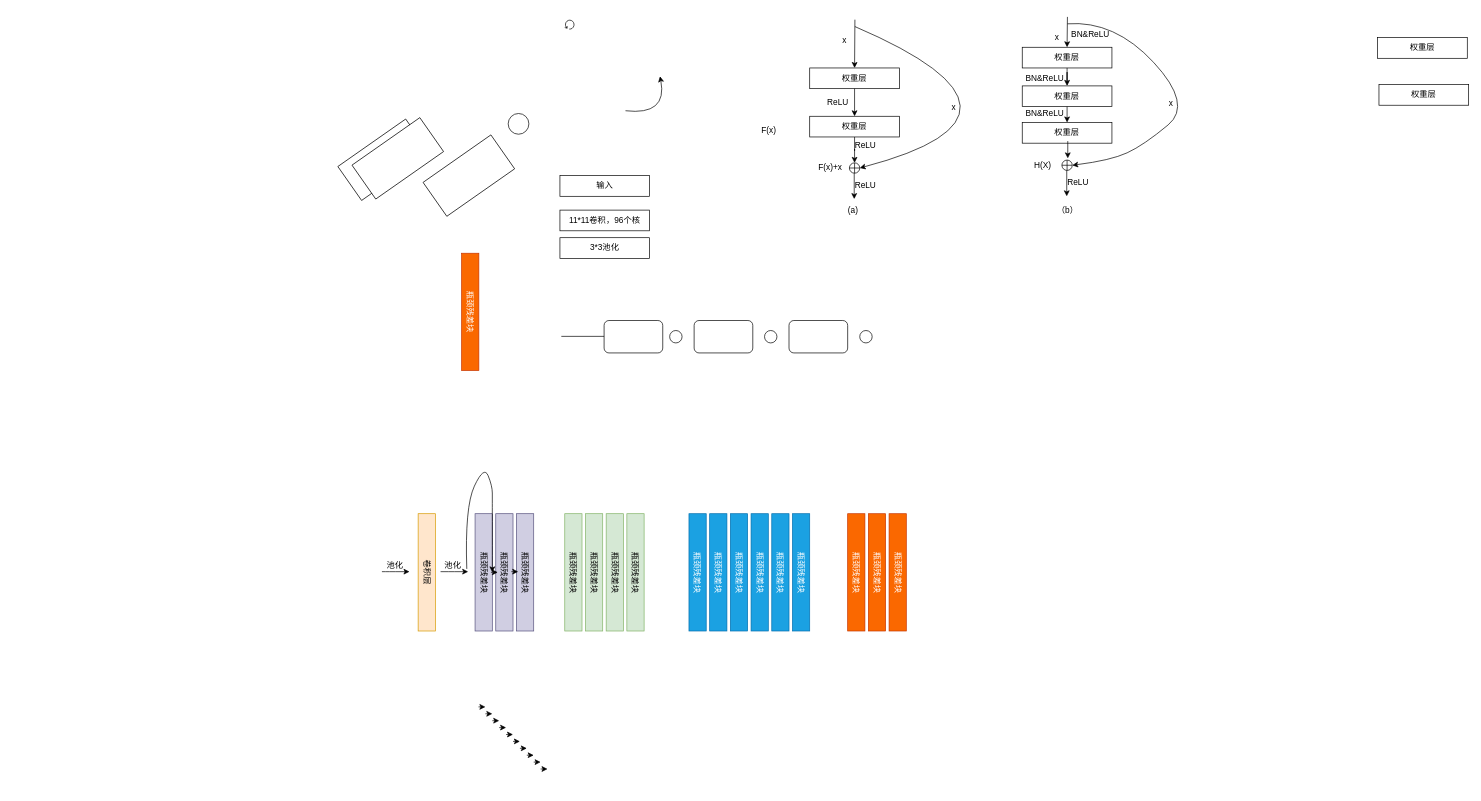
The draw.io diagram img/ResNet50结构图.drawio in xjhjinhui/Hydraplus_Net, before the edit. Source tidied: cells renumbered, new cells numbered last; positions are measured from the earlier drawing's top-left corner, leaving out a move shared by most shapes. Both pictures are drawn from the tidied source at 69%, with x=0, y=0 at pixel (342, 17).
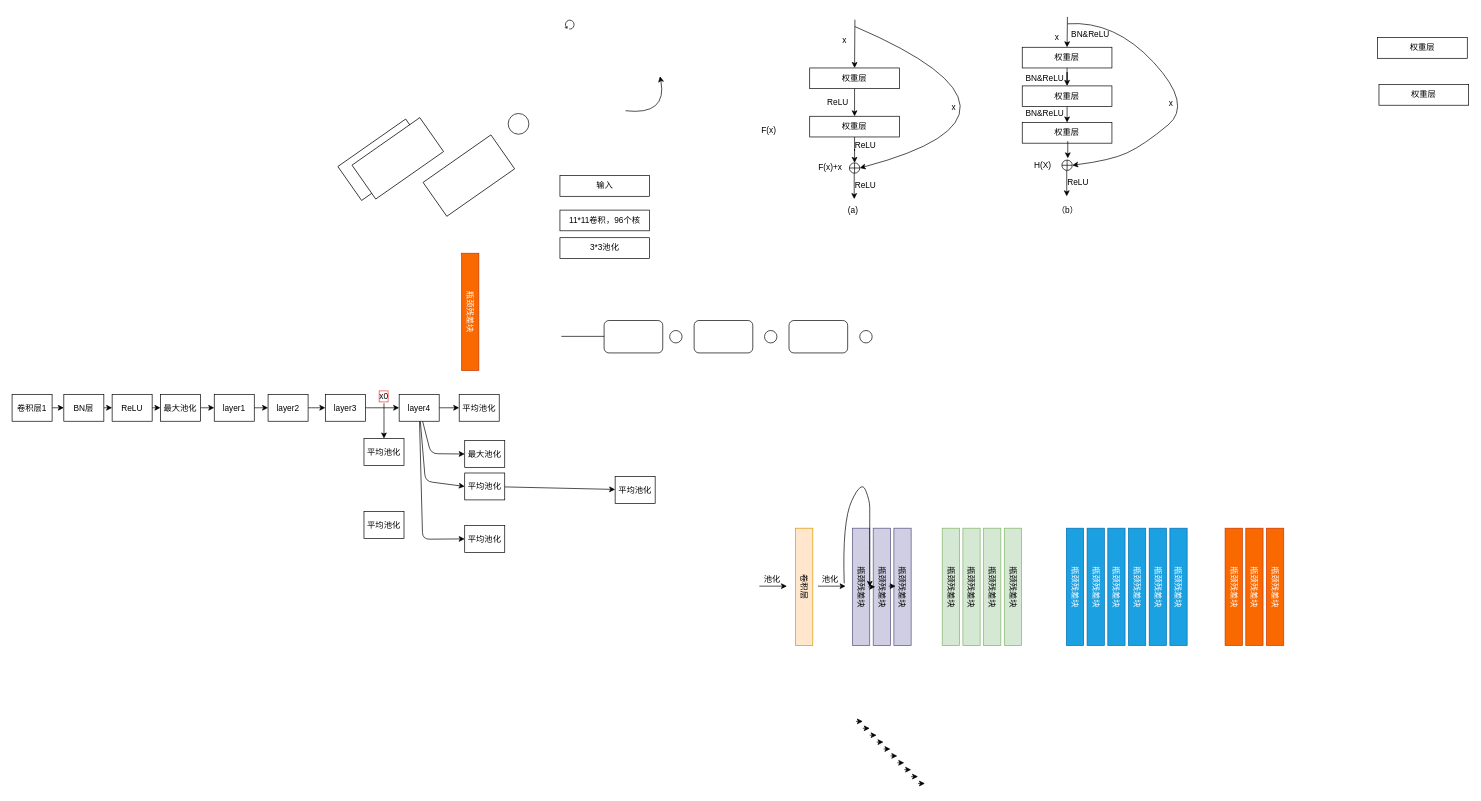
After the change.

Commit message:
更新ResNet50结构图.drawio

What changed in the source:
```diff
@@
     <mxCell id="19" value="&lt;p style=&quot;line-height: 90%&quot;&gt;卷积层&lt;br&gt;&lt;/p&gt;" style="rounded=0;whiteSpace=wrap;html=1;rotation=90;fillColor=#ffe6cc;strokeColor=#d79b00;" parent="1" vertex="1">
-      <mxGeometry x="38" y="792.5" width="170" height="25" as="geometry" />
+      <mxGeometry x="585" y="813.5" width="170" height="25" as="geometry" />
     </mxCell>
     <mxCell id="20" value="&lt;p style=&quot;line-height: 90%&quot;&gt;瓶颈残差块&lt;/p&gt;" style="rounded=0;whiteSpace=wrap;html=1;rotation=90;fillColor=#d0cee2;strokeColor=#56517e;" parent="1" vertex="1">
-      <mxGeometry x="120.5" y="792.5" width="170" height="25" as="geometry" />
+      <mxGeometry x="667.5" y="813.5" width="170" height="25" as="geometry" />
     </mxCell>
     <mxCell id="21" value="&lt;p style=&quot;line-height: 90%&quot;&gt;瓶颈残差块&lt;/p&gt;" style="rounded=0;whiteSpace=wrap;html=1;rotation=90;fillColor=#d0cee2;strokeColor=#56517e;" parent="1" vertex="1">
-      <mxGeometry x="150.5" y="792.5" width="170" height="25" as="geometry" />
+      <mxGeometry x="697.5" y="813.5" width="170" height="25" as="geometry" />
     </mxCell>
     <mxCell id="22" value="&lt;p style=&quot;line-height: 90%&quot;&gt;瓶颈残差块&lt;/p&gt;" style="rounded=0;whiteSpace=wrap;html=1;rotation=90;fillColor=#d0cee2;strokeColor=#56517e;" parent="1" vertex="1">
-      <mxGeometry x="180.5" y="792.5" width="170" height="25" as="geometry" />
+      <mxGeometry x="727.5" y="813.5" width="170" height="25" as="geometry" />
     </mxCell>
     <mxCell id="23" value="&lt;p style=&quot;line-height: 90%&quot;&gt;瓶颈残差块&lt;/p&gt;" style="rounded=0;whiteSpace=wrap;html=1;rotation=90;fillColor=#d5e8d4;strokeColor=#82b366;" parent="1" vertex="1">
-      <mxGeometry x="250.5" y="792.5" width="170" height="25" as="geometry" />
+      <mxGeometry x="797.5" y="813.5" width="170" height="25" as="geometry" />
     </mxCell>
     <mxCell id="24" value="&lt;p style=&quot;line-height: 90%&quot;&gt;瓶颈残差块&lt;/p&gt;" style="rounded=0;whiteSpace=wrap;html=1;rotation=90;fillColor=#d5e8d4;strokeColor=#82b366;" parent="1" vertex="1">
-      <mxGeometry x="280.5" y="792.5" width="170" height="25" as="geometry" />
+      <mxGeometry x="827.5" y="813.5" width="170" height="25" as="geometry" />
     </mxCell>
     <mxCell id="25" value="&lt;p style=&quot;line-height: 90%&quot;&gt;瓶颈残差块&lt;/p&gt;" style="rounded=0;whiteSpace=wrap;html=1;rotation=90;fillColor=#d5e8d4;strokeColor=#82b366;" parent="1" vertex="1">
-      <mxGeometry x="310.5" y="792.5" width="170" height="25" as="geometry" />
+      <mxGeometry x="857.5" y="813.5" width="170" height="25" as="geometry" />
     </mxCell>
     <mxCell id="26" value="&lt;p style=&quot;line-height: 90%&quot;&gt;瓶颈残差块&lt;/p&gt;" style="rounded=0;whiteSpace=wrap;html=1;rotation=90;fillColor=#1ba1e2;strokeColor=#006EAF;fontColor=#ffffff;" parent="1" vertex="1">
-      <mxGeometry x="430.5" y="792.5" width="170" height="25" as="geometry" />
+      <mxGeometry x="977.5" y="813.5" width="170" height="25" as="geometry" />
     </mxCell>
     <mxCell id="27" value="&lt;p style=&quot;line-height: 90%&quot;&gt;瓶颈残差块&lt;/p&gt;" style="rounded=0;whiteSpace=wrap;html=1;rotation=90;fillColor=#1ba1e2;strokeColor=#006EAF;fontColor=#ffffff;" parent="1" vertex="1">
-      <mxGeometry x="460.5" y="792.5" width="170" height="25" as="geometry" />
+      <mxGeometry x="1007.5" y="813.5" width="170" height="25" as="geometry" />
     </mxCell>
     <mxCell id="28" value="&lt;p style=&quot;line-height: 90%&quot;&gt;瓶颈残差块&lt;/p&gt;" style="rounded=0;whiteSpace=wrap;html=1;rotation=90;fillColor=#1ba1e2;strokeColor=#006EAF;fontColor=#ffffff;" parent="1" vertex="1">
-      <mxGeometry x="490.5" y="792.5" width="170" height="25" as="geometry" />
+      <mxGeometry x="1037.5" y="813.5" width="170" height="25" as="geometry" />
     </mxCell>
     <mxCell id="29" value="&lt;p style=&quot;line-height: 90%&quot;&gt;瓶颈残差块&lt;/p&gt;" style="rounded=0;whiteSpace=wrap;html=1;rotation=90;fillColor=#1ba1e2;strokeColor=#006EAF;fontColor=#ffffff;" parent="1" vertex="1">
-      <mxGeometry x="520.5" y="792.5" width="170" height="25" as="geometry" />
+      <mxGeometry x="1067.5" y="813.5" width="170" height="25" as="geometry" />
     </mxCell>
     <mxCell id="30" value="&lt;p style=&quot;line-height: 90%&quot;&gt;瓶颈残差块&lt;/p&gt;" style="rounded=0;whiteSpace=wrap;html=1;rotation=90;fillColor=#1ba1e2;strokeColor=#006EAF;fontColor=#ffffff;" parent="1" vertex="1">
-      <mxGeometry x="550.5" y="792.5" width="170" height="25" as="geometry" />
+      <mxGeometry x="1097.5" y="813.5" width="170" height="25" as="geometry" />
     </mxCell>
     <mxCell id="31" value="&lt;p style=&quot;line-height: 90%&quot;&gt;瓶颈残差块&lt;/p&gt;" style="rounded=0;whiteSpace=wrap;html=1;rotation=90;fillColor=#1ba1e2;strokeColor=#006EAF;fontColor=#ffffff;" parent="1" vertex="1">
-      <mxGeometry x="580.5" y="792.5" width="170" height="25" as="geometry" />
+      <mxGeometry x="1127.5" y="813.5" width="170" height="25" as="geometry" />
     </mxCell>
     <mxCell id="32" value="&lt;p style=&quot;line-height: 90%&quot;&gt;瓶颈残差块&lt;/p&gt;" style="rounded=0;whiteSpace=wrap;html=1;rotation=90;fillColor=#fa6800;strokeColor=#C73500;fontColor=#ffffff;" parent="1" vertex="1">
-      <mxGeometry x="660.5" y="792.5" width="170" height="25" as="geometry" />
+      <mxGeometry x="1207.5" y="813.5" width="170" height="25" as="geometry" />
     </mxCell>
     <mxCell id="33" value="&lt;p style=&quot;line-height: 90%&quot;&gt;瓶颈残差块&lt;/p&gt;" style="rounded=0;whiteSpace=wrap;html=1;rotation=90;fillColor=#fa6800;strokeColor=#C73500;fontColor=#ffffff;" parent="1" vertex="1">
-      <mxGeometry x="690.5" y="792.5" width="170" height="25" as="geometry" />
+      <mxGeometry x="1237.5" y="813.5" width="170" height="25" as="geometry" />
     </mxCell>
     <mxCell id="34" value="&lt;p style=&quot;line-height: 90%&quot;&gt;瓶颈残差块&lt;/p&gt;" style="rounded=0;whiteSpace=wrap;html=1;rotation=90;fillColor=#fa6800;strokeColor=#C73500;fontColor=#ffffff;" parent="1" vertex="1">
-      <mxGeometry x="720.5" y="792.5" width="170" height="25" as="geometry" />
+      <mxGeometry x="1267.5" y="813.5" width="170" height="25" as="geometry" />
     </mxCell>
     <mxCell id="35" style="endArrow=classic;html=1;" parent="1" edge="1">
       <mxGeometry relative="1" as="geometry">
-        <mxPoint x="58" y="804" as="sourcePoint" />
-        <mxPoint x="98" y="804" as="targetPoint" />
+        <mxPoint x="605" y="825" as="sourcePoint" />
+        <mxPoint x="645" y="825" as="targetPoint" />
         <Array as="points">
-          <mxPoint x="68" y="804" />
+          <mxPoint x="615" y="825" />
         </Array>
       </mxGeometry>
     </mxCell>
     <mxCell id="36" style="endArrow=classic;html=1;" parent="1" edge="1">
       <mxGeometry relative="1" as="geometry">
-        <mxPoint x="216" y="805" as="sourcePoint" />
-        <mxPoint x="226" y="805" as="targetPoint" />
+        <mxPoint x="763" y="826" as="sourcePoint" />
+        <mxPoint x="773" y="826" as="targetPoint" />
       </mxGeometry>
     </mxCell>
     <mxCell id="37" style="endArrow=classic;html=1;" parent="1" edge="1">
       <mxGeometry relative="1" as="geometry">
-        <mxPoint x="245.5" y="804" as="sourcePoint" />
-        <mxPoint x="255.5" y="804" as="targetPoint" />
+        <mxPoint x="792.5" y="825" as="sourcePoint" />
+        <mxPoint x="802.5" y="825" as="targetPoint" />
       </mxGeometry>
     </mxCell>
     <mxCell id="38" style="endArrow=classic;html=1;" parent="1" edge="1">
       <mxGeometry relative="1" as="geometry">
-        <mxPoint x="198" y="1000" as="sourcePoint" />
-        <mxPoint x="208" y="1000" as="targetPoint" />
+        <mxPoint x="745" y="1021" as="sourcePoint" />
+        <mxPoint x="755" y="1021" as="targetPoint" />
       </mxGeometry>
     </mxCell>
     <mxCell id="39" style="endArrow=classic;html=1;" parent="1" edge="1">
       <mxGeometry relative="1" as="geometry">
-        <mxPoint x="208" y="1010" as="sourcePoint" />
-        <mxPoint x="218" y="1010" as="targetPoint" />
+        <mxPoint x="755" y="1031" as="sourcePoint" />
+        <mxPoint x="765" y="1031" as="targetPoint" />
       </mxGeometry>
     </mxCell>
     <mxCell id="40" style="endArrow=classic;html=1;" parent="1" edge="1">
       <mxGeometry relative="1" as="geometry">
-        <mxPoint x="218" y="1020" as="sourcePoint" />
-        <mxPoint x="228" y="1020" as="targetPoint" />
+        <mxPoint x="765" y="1041" as="sourcePoint" />
+        <mxPoint x="775" y="1041" as="targetPoint" />
       </mxGeometry>
     </mxCell>
     <mxCell id="41" style="endArrow=classic;html=1;" parent="1" edge="1">
       <mxGeometry relative="1" as="geometry">
-        <mxPoint x="228" y="1030" as="sourcePoint" />
-        <mxPoint x="238" y="1030" as="targetPoint" />
+        <mxPoint x="775" y="1051" as="sourcePoint" />
+        <mxPoint x="785" y="1051" as="targetPoint" />
       </mxGeometry>
     </mxCell>
     <mxCell id="42" style="endArrow=classic;html=1;" parent="1" edge="1">
       <mxGeometry relative="1" as="geometry">
-        <mxPoint x="238" y="1040" as="sourcePoint" />
-        <mxPoint x="248" y="1040" as="targetPoint" />
+        <mxPoint x="785" y="1061" as="sourcePoint" />
+        <mxPoint x="795" y="1061" as="targetPoint" />
       </mxGeometry>
     </mxCell>
     <mxCell id="43" style="endArrow=classic;html=1;" parent="1" edge="1">
       <mxGeometry relative="1" as="geometry">
-        <mxPoint x="248" y="1050" as="sourcePoint" />
-        <mxPoint x="258" y="1050" as="targetPoint" />
+        <mxPoint x="795" y="1071" as="sourcePoint" />
+        <mxPoint x="805" y="1071" as="targetPoint" />
       </mxGeometry>
     </mxCell>
     <mxCell id="44" style="endArrow=classic;html=1;" parent="1" edge="1">
       <mxGeometry relative="1" as="geometry">
-        <mxPoint x="258" y="1060" as="sourcePoint" />
-        <mxPoint x="268" y="1060" as="targetPoint" />
+        <mxPoint x="805" y="1081" as="sourcePoint" />
+        <mxPoint x="815" y="1081" as="targetPoint" />
       </mxGeometry>
     </mxCell>
     <mxCell id="45" style="endArrow=classic;html=1;" parent="1" edge="1">
       <mxGeometry relative="1" as="geometry">
-        <mxPoint x="268" y="1070" as="sourcePoint" />
-        <mxPoint x="278" y="1070" as="targetPoint" />
+        <mxPoint x="815" y="1091" as="sourcePoint" />
+        <mxPoint x="825" y="1091" as="targetPoint" />
       </mxGeometry>
     </mxCell>
     <mxCell id="46" style="endArrow=classic;html=1;" parent="1" edge="1">
       <mxGeometry relative="1" as="geometry">
-        <mxPoint x="278" y="1080" as="sourcePoint" />
-        <mxPoint x="288" y="1080" as="targetPoint" />
+        <mxPoint x="825" y="1101" as="sourcePoint" />
+        <mxPoint x="835" y="1101" as="targetPoint" />
       </mxGeometry>
     </mxCell>
     <mxCell id="47" style="endArrow=classic;html=1;" parent="1" edge="1">
       <mxGeometry relative="1" as="geometry">
-        <mxPoint x="288" y="1090" as="sourcePoint" />
-        <mxPoint x="298" y="1090" as="targetPoint" />
+        <mxPoint x="835" y="1111" as="sourcePoint" />
+        <mxPoint x="845" y="1111" as="targetPoint" />
       </mxGeometry>
     </mxCell>
     <mxCell id="48" value="&lt;p style=&quot;line-height: 90%&quot;&gt;瓶颈残差块&lt;/p&gt;" style="rounded=0;whiteSpace=wrap;html=1;rotation=90;fillColor=#d5e8d4;strokeColor=#82b366;" parent="1" vertex="1">
-      <mxGeometry x="340.5" y="792.5" width="170" height="25" as="geometry" />
+      <mxGeometry x="887.5" y="813.5" width="170" height="25" as="geometry" />
     </mxCell>
     <mxCell id="49" style="endArrow=classic;html=1;" parent="1" edge="1">
       <mxGeometry relative="1" as="geometry">
-        <mxPoint x="143" y="804" as="sourcePoint" />
-        <mxPoint x="183" y="804" as="targetPoint" />
+        <mxPoint x="690" y="825" as="sourcePoint" />
+        <mxPoint x="730" y="825" as="targetPoint" />
         <Array as="points">
-          <mxPoint x="153" y="804" />
+          <mxPoint x="700" y="825" />
         </Array>
       </mxGeometry>
     </mxCell>
     <mxCell id="50" value="池化" style="text;html=1;strokeColor=none;fillColor=none;align=center;verticalAlign=middle;whiteSpace=wrap;rounded=0;" parent="1" vertex="1">
-      <mxGeometry x="141" y="785" width="40" height="20" as="geometry" />
+      <mxGeometry x="688" y="806" width="40" height="20" as="geometry" />
     </mxCell>
     <mxCell id="51" value="池化" style="text;html=1;strokeColor=none;fillColor=none;align=center;verticalAlign=middle;whiteSpace=wrap;rounded=0;" parent="1" vertex="1">
-      <mxGeometry x="57" y="785" width="40" height="20" as="geometry" />
+      <mxGeometry x="604" y="806" width="40" height="20" as="geometry" />
     </mxCell>
     <mxCell id="52" style="curved=1;endArrow=classic;html=1;entryX=0.5;entryY=0;entryDx=0;entryDy=0;" parent="1" edge="1" target="20">
       <mxGeometry relative="1" as="geometry">
-        <mxPoint x="181" y="800" as="sourcePoint" />
+        <mxPoint x="728" y="821" as="sourcePoint" />
         <Array as="points">
-          <mxPoint x="178" y="710" />
-          <mxPoint x="206" y="650" />
-          <mxPoint x="218" y="680" />
-          <mxPoint x="218" y="700" />
-          <mxPoint x="218" y="710" />
-          <mxPoint x="218" y="730" />
-          <mxPoint x="218" y="760" />
+          <mxPoint x="725" y="731" />
+          <mxPoint x="753" y="671" />
+          <mxPoint x="765" y="701" />
+          <mxPoint x="765" y="721" />
+          <mxPoint x="765" y="731" />
+          <mxPoint x="765" y="751" />
+          <mxPoint x="765" y="781" />
         </Array>
       </mxGeometry>
     </mxCell>
@@
+    <mxCell id="93" style="edgeStyle=none;curved=1;jettySize=auto;html=1;shadow=0;" parent="1" edge="1" source="94" target="96">
+      <mxGeometry relative="1" as="geometry" />
+    </mxCell>
+    <mxCell id="94" value="卷积层1" style="rounded=0;whiteSpace=wrap;html=1;shadow=0;" parent="1" vertex="1">
+      <mxGeometry x="-478" y="547" width="58" height="39" as="geometry" />
+    </mxCell>
+    <mxCell id="95" style="edgeStyle=none;curved=1;jettySize=auto;html=1;shadow=0;" parent="1" edge="1" source="96" target="98">
+      <mxGeometry relative="1" as="geometry" />
+    </mxCell>
+    <mxCell id="96" value="BN层" style="rounded=0;whiteSpace=wrap;html=1;shadow=0;" parent="1" vertex="1">
+      <mxGeometry x="-403" y="547" width="58" height="39" as="geometry" />
+    </mxCell>
+    <mxCell id="97" style="edgeStyle=none;curved=1;jettySize=auto;html=1;shadow=0;" parent="1" edge="1" source="98" target="100">
+      <mxGeometry relative="1" as="geometry" />
+    </mxCell>
+    <mxCell id="98" value="ReLU" style="rounded=0;whiteSpace=wrap;html=1;shadow=0;" parent="1" vertex="1">
+      <mxGeometry x="-333" y="547" width="58" height="39" as="geometry" />
+    </mxCell>
+    <mxCell id="99" style="edgeStyle=none;curved=1;jettySize=auto;html=1;shadow=0;" parent="1" edge="1" source="100" target="102">
+      <mxGeometry relative="1" as="geometry" />
+    </mxCell>
+    <mxCell id="100" value="最大池化" style="rounded=0;whiteSpace=wrap;html=1;shadow=0;" parent="1" vertex="1">
+      <mxGeometry x="-263" y="547" width="58" height="39" as="geometry" />
+    </mxCell>
+    <mxCell id="101" style="edgeStyle=none;curved=1;jettySize=auto;html=1;shadow=0;" parent="1" edge="1" source="102" target="104">
+      <mxGeometry relative="1" as="geometry" />
+    </mxCell>
+    <mxCell id="102" value="layer1" style="rounded=0;whiteSpace=wrap;html=1;shadow=0;" parent="1" vertex="1">
+      <mxGeometry x="-185" y="547" width="58" height="39" as="geometry" />
+    </mxCell>
+    <mxCell id="103" style="edgeStyle=none;curved=1;jettySize=auto;html=1;shadow=0;" parent="1" edge="1" source="104" target="106">
+      <mxGeometry relative="1" as="geometry" />
+    </mxCell>
+    <mxCell id="104" value="layer2" style="rounded=0;whiteSpace=wrap;html=1;shadow=0;" parent="1" vertex="1">
+      <mxGeometry x="-107" y="547" width="58" height="39" as="geometry" />
+    </mxCell>
+    <mxCell id="105" style="edgeStyle=none;curved=1;jettySize=auto;html=1;shadow=0;" parent="1" edge="1" source="106" target="112">
+      <mxGeometry relative="1" as="geometry" />
+    </mxCell>
+    <mxCell id="106" value="layer3" style="rounded=0;whiteSpace=wrap;html=1;shadow=0;" parent="1" vertex="1">
+      <mxGeometry x="-24" y="547" width="58" height="39" as="geometry" />
+    </mxCell>
+    <mxCell id="107" value="最大池化" style="rounded=0;whiteSpace=wrap;html=1;shadow=0;" parent="1" vertex="1">
+      <mxGeometry x="178" y="614" width="58" height="39" as="geometry" />
+    </mxCell>
+    <mxCell id="108" style="edgeStyle=none;curved=1;jettySize=auto;html=1;shadow=0;" parent="1" edge="1" source="112" target="113">
+      <mxGeometry relative="1" as="geometry" />
+    </mxCell>
+    <mxCell id="109" style="edgeStyle=none;jettySize=auto;html=1;shadow=0;entryX=0;entryY=0.5;entryDx=0;entryDy=0;rounded=1;" parent="1" edge="1" source="112" target="107">
+      <mxGeometry relative="1" as="geometry">
+        <Array as="points">
+          <mxPoint x="129" y="633" />
+        </Array>
+      </mxGeometry>
+    </mxCell>
+    <mxCell id="110" style="edgeStyle=none;jettySize=auto;html=1;shadow=0;entryX=0;entryY=0.5;entryDx=0;entryDy=0;rounded=1;" parent="1" edge="1" source="112" target="117">
+      <mxGeometry relative="1" as="geometry">
+        <Array as="points">
+          <mxPoint x="121" y="673" />
+        </Array>
+      </mxGeometry>
+    </mxCell>
+    <mxCell id="111" style="edgeStyle=none;rounded=1;jettySize=auto;html=1;shadow=0;entryX=0;entryY=0.5;entryDx=0;entryDy=0;" parent="1" edge="1" source="112" target="119">
+      <mxGeometry relative="1" as="geometry">
+        <Array as="points">
+          <mxPoint x="117" y="757" />
+        </Array>
+      </mxGeometry>
+    </mxCell>
+    <mxCell id="112" value="layer4" style="rounded=0;whiteSpace=wrap;html=1;shadow=0;" parent="1" vertex="1">
+      <mxGeometry x="83" y="547" width="58" height="39" as="geometry" />
+    </mxCell>
+    <mxCell id="113" value="平均池化" style="rounded=0;whiteSpace=wrap;html=1;shadow=0;" parent="1" vertex="1">
+      <mxGeometry x="170" y="547" width="58" height="39" as="geometry" />
+    </mxCell>
+    <mxCell id="114" style="edgeStyle=none;curved=1;jettySize=auto;html=1;shadow=0;entryX=0.5;entryY=0;entryDx=0;entryDy=0;" parent="1" edge="1" source="115" target="120">
+      <mxGeometry relative="1" as="geometry" />
+    </mxCell>
+    <mxCell id="115" value="x0" style="text;html=1;strokeColor=none;fillColor=none;align=center;verticalAlign=middle;whiteSpace=wrap;rounded=0;shadow=0;labelBorderColor=#FF3333;" parent="1" vertex="1">
+      <mxGeometry x="41" y="540" width="40" height="20" as="geometry" />
+    </mxCell>
+    <mxCell id="116" style="edgeStyle=none;rounded=1;jettySize=auto;html=1;shadow=0;" parent="1" edge="1" source="117" target="118">
+      <mxGeometry relative="1" as="geometry" />
+    </mxCell>
+    <mxCell id="117" value="平均池化" style="rounded=0;whiteSpace=wrap;html=1;shadow=0;" parent="1" vertex="1">
+      <mxGeometry x="178" y="661" width="58" height="39" as="geometry" />
+    </mxCell>
+    <mxCell id="118" value="平均池化" style="rounded=0;whiteSpace=wrap;html=1;shadow=0;" parent="1" vertex="1">
+      <mxGeometry x="396" y="666" width="58" height="39" as="geometry" />
+    </mxCell>
+    <mxCell id="119" value="平均池化" style="rounded=0;whiteSpace=wrap;html=1;shadow=0;" parent="1" vertex="1">
+      <mxGeometry x="178" y="737" width="58" height="39" as="geometry" />
+    </mxCell>
+    <mxCell id="120" value="平均池化" style="rounded=0;whiteSpace=wrap;html=1;shadow=0;" parent="1" vertex="1">
+      <mxGeometry x="32" y="611" width="58" height="39" as="geometry" />
+    </mxCell>
+    <mxCell id="121" value="平均池化" style="rounded=0;whiteSpace=wrap;html=1;shadow=0;" parent="1" vertex="1">
+      <mxGeometry x="32" y="717" width="58" height="39" as="geometry" />
+    </mxCell>
```
